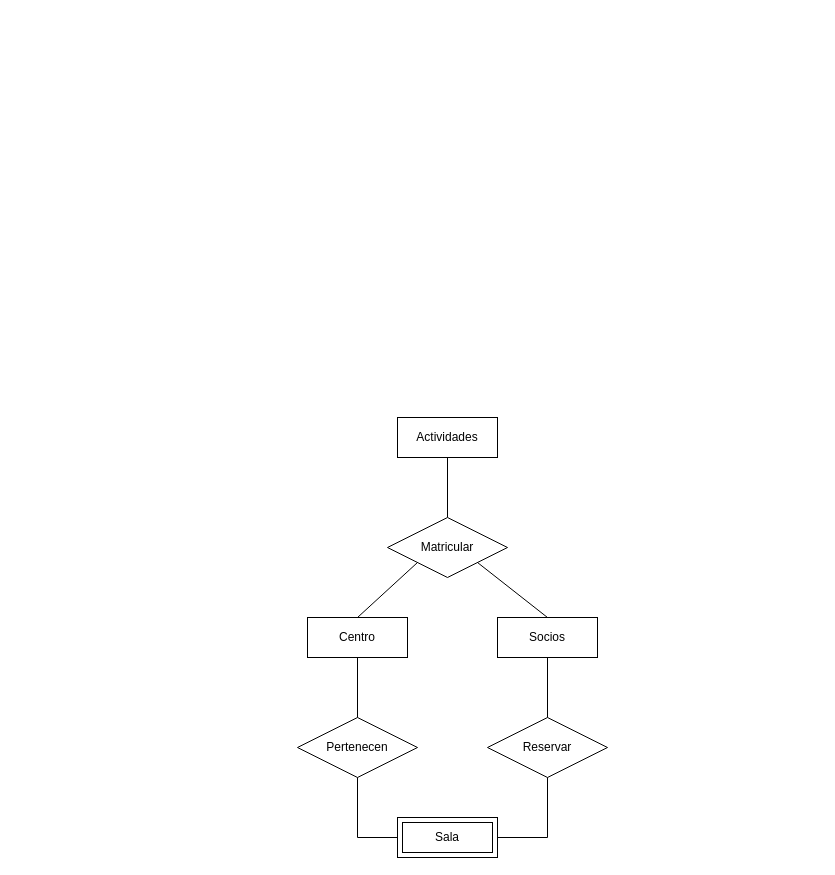
The draw.io diagram diagrama.drawio in Guzmansrz/lenguajeDeMarcas, before the edit. Source tidied: cells renumbered, new cells numbered last; positions are measured from the earlier drawing's top-left corner, leaving out a move shared by most shapes. Both pictures are drawn from the tidied source at 100%, with x=0, y=0 at pixel (297, 417).
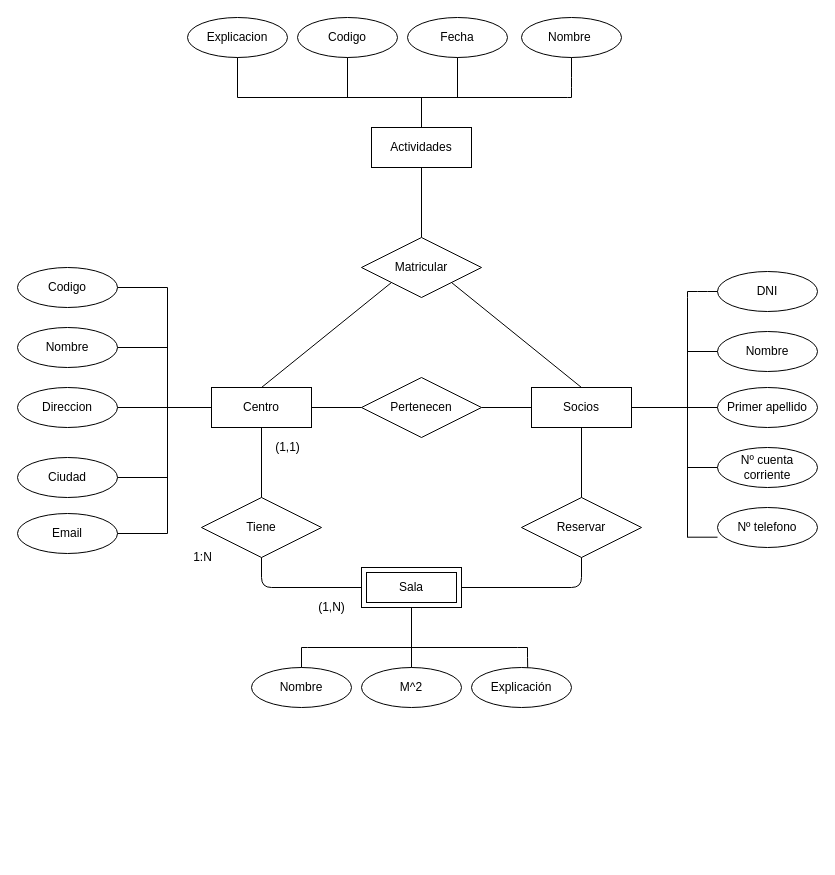
After the change.

Diff of the diagram source:
```diff
@@
     <mxCell id="2" value="Actividades" style="whiteSpace=wrap;html=1;align=center;" parent="1" vertex="1">
-      <mxGeometry x="100" width="100" height="40" as="geometry" />
+      <mxGeometry x="74" y="-290" width="100" height="40" as="geometry" />
     </mxCell>
-    <mxCell id="3" style="endArrow=none;html=1;rounded=0;entryX=0.5;entryY=1;entryDx=0;entryDy=0;exitX=0.5;exitY=0;exitDx=0;exitDy=0;" parent="1" edge="1" source="8" target="2">
+    <mxCell id="3" style="endArrow=none;html=1;entryX=0.5;entryY=1;entryDx=0;entryDy=0;exitX=0.5;exitY=0;exitDx=0;exitDy=0;" parent="1" edge="1" source="8" target="2">
       <mxGeometry relative="1" as="geometry" />
     </mxCell>
     <mxCell id="4" value="Centro" style="whiteSpace=wrap;html=1;align=center;" parent="1" vertex="1">
-      <mxGeometry x="10" y="200" width="100" height="40" as="geometry" />
+      <mxGeometry x="-86" y="-30" width="100" height="40" as="geometry" />
     </mxCell>
-    <mxCell id="5" style="endArrow=none;html=1;rounded=0;entryX=0;entryY=1;entryDx=0;entryDy=0;exitX=0.5;exitY=0;exitDx=0;exitDy=0;startArrow=none;startFill=0;" parent="1" edge="1" source="4" target="8">
+    <mxCell id="5" style="endArrow=none;html=1;entryX=0;entryY=1;entryDx=0;entryDy=0;exitX=0.5;exitY=0;exitDx=0;exitDy=0;startArrow=none;startFill=0;" parent="1" edge="1" source="4" target="8">
       <mxGeometry relative="1" as="geometry" />
     </mxCell>
     <mxCell id="6" value="Socios" style="whiteSpace=wrap;html=1;align=center;" parent="1" vertex="1">
-      <mxGeometry x="200" y="200" width="100" height="40" as="geometry" />
+      <mxGeometry x="234" y="-30" width="100" height="40" as="geometry" />
     </mxCell>
-    <mxCell id="7" style="endArrow=none;html=1;rounded=0;entryX=0.5;entryY=0;entryDx=0;entryDy=0;exitX=1;exitY=1;exitDx=0;exitDy=0;" parent="1" edge="1" source="8" target="6">
+    <mxCell id="7" style="endArrow=none;html=1;entryX=0.5;entryY=0;entryDx=0;entryDy=0;exitX=1;exitY=1;exitDx=0;exitDy=0;" parent="1" edge="1" source="8" target="6">
       <mxGeometry relative="1" as="geometry" />
     </mxCell>
     <mxCell id="8" value="Matricular" style="shape=rhombus;perimeter=rhombusPerimeter;whiteSpace=wrap;html=1;align=center;" parent="1" vertex="1">
-      <mxGeometry x="90" y="100" width="120" height="60" as="geometry" />
+      <mxGeometry x="64" y="-180" width="120" height="60" as="geometry" />
     </mxCell>
-    <mxCell id="9" value="Pertenecen" style="shape=rhombus;perimeter=rhombusPerimeter;whiteSpace=wrap;html=1;align=center;" parent="1" vertex="1">
-      <mxGeometry y="300" width="120" height="60" as="geometry" />
+    <mxCell id="9" value="Tiene" style="shape=rhombus;perimeter=rhombusPerimeter;whiteSpace=wrap;html=1;align=center;" parent="1" vertex="1">
+      <mxGeometry x="-96" y="80" width="120" height="60" as="geometry" />
     </mxCell>
-    <mxCell id="10" style="endArrow=none;html=1;rounded=0;entryX=0.5;entryY=1;entryDx=0;entryDy=0;exitX=0.5;exitY=0;exitDx=0;exitDy=0;" parent="1" edge="1" source="9" target="4">
+    <mxCell id="10" style="endArrow=none;html=1;entryX=0.5;entryY=1;entryDx=0;entryDy=0;exitX=0.5;exitY=0;exitDx=0;exitDy=0;" parent="1" edge="1" source="9" target="4">
       <mxGeometry relative="1" as="geometry" />
     </mxCell>
-    <mxCell id="11" style="endArrow=none;html=1;rounded=0;entryX=0.5;entryY=1;entryDx=0;entryDy=0;exitX=0;exitY=0.5;exitDx=0;exitDy=0;" parent="1" edge="1" source="12" target="9">
-      <mxGeometry relative="1" as="geometry">
-        <Array as="points">
-          <mxPoint x="60" y="420" />
-        </Array>
-      </mxGeometry>
-    </mxCell>
     <mxCell id="12" value="Sala" style="shape=ext;margin=3;double=1;whiteSpace=wrap;html=1;align=center;" parent="1" vertex="1">
-      <mxGeometry x="100" y="400" width="100" height="40" as="geometry" />
+      <mxGeometry x="64" y="150" width="100" height="40" as="geometry" />
     </mxCell>
     <mxCell id="13" value="Reservar" style="shape=rhombus;perimeter=rhombusPerimeter;whiteSpace=wrap;html=1;align=center;" parent="1" vertex="1">
-      <mxGeometry x="190" y="300" width="120" height="60" as="geometry" />
+      <mxGeometry x="224" y="80" width="120" height="60" as="geometry" />
     </mxCell>
+    <mxCell id="15" style="endArrow=none;html=1;entryX=0.5;entryY=1;entryDx=0;entryDy=0;exitX=0.5;exitY=0;exitDx=0;exitDy=0;" parent="1" edge="1" source="13" target="6">
+      <mxGeometry relative="1" as="geometry" />
+    </mxCell>
+    <mxCell id="16" style="edgeStyle=orthogonalEdgeStyle;jettySize=auto;html=1;entryX=0;entryY=0.5;entryDx=0;entryDy=0;startArrow=none;startFill=0;endArrow=none;endFill=0;" parent="1" edge="1" source="18" target="6">
+      <mxGeometry relative="1" as="geometry" />
+    </mxCell>
+    <mxCell id="17" style="edgeStyle=orthogonalEdgeStyle;jettySize=auto;html=1;entryX=1;entryY=0.5;entryDx=0;entryDy=0;startArrow=none;startFill=0;endArrow=none;endFill=0;" parent="1" edge="1" source="18" target="4">
+      <mxGeometry relative="1" as="geometry" />
+    </mxCell>
+    <mxCell id="18" value="Pertenecen" style="shape=rhombus;perimeter=rhombusPerimeter;whiteSpace=wrap;html=1;align=center;" parent="1" vertex="1">
+      <mxGeometry x="64" y="-40" width="120" height="60" as="geometry" />
+    </mxCell>
+    <mxCell id="19" style="endArrow=none;html=1;exitX=0.5;exitY=1;exitDx=0;exitDy=0;entryX=0;entryY=0.5;entryDx=0;entryDy=0;" parent="1" edge="1" source="9" target="12">
+      <mxGeometry relative="1" as="geometry">
+        <Array as="points">
+          <mxPoint x="-36" y="170" />
+        </Array>
+      </mxGeometry>
+    </mxCell>
-    <mxCell id="14" style="endArrow=none;html=1;rounded=0;entryX=0.5;entryY=1;entryDx=0;entryDy=0;exitX=1;exitY=0.5;exitDx=0;exitDy=0;" parent="1" edge="1" source="12" target="13">
+    <mxCell id="14" style="endArrow=none;html=1;entryX=0.5;entryY=1;entryDx=0;entryDy=0;exitX=1;exitY=0.5;exitDx=0;exitDy=0;" parent="1" edge="1" source="12" target="13">
       <mxGeometry relative="1" as="geometry">
         <Array as="points">
-          <mxPoint x="250" y="420" />
+          <mxPoint x="284" y="170" />
         </Array>
       </mxGeometry>
     </mxCell>
-    <mxCell id="15" style="endArrow=none;html=1;rounded=0;entryX=0.5;entryY=1;entryDx=0;entryDy=0;exitX=0.5;exitY=0;exitDx=0;exitDy=0;" parent="1" edge="1" source="13" target="6">
-      <mxGeometry relative="1" as="geometry" />
-    </mxCell>
+    <mxCell id="20" value="Nombre&amp;nbsp;" style="ellipse;whiteSpace=wrap;html=1;align=center;" parent="1" vertex="1">
+      <mxGeometry x="224" y="-400" width="100" height="40" as="geometry" />
+    </mxCell>
+    <mxCell id="21" value="Explicacion" style="ellipse;whiteSpace=wrap;html=1;align=center;" parent="1" vertex="1">
+      <mxGeometry x="-110" y="-400" width="100" height="40" as="geometry" />
+    </mxCell>
+    <mxCell id="22" value="Fecha" style="ellipse;whiteSpace=wrap;html=1;align=center;" parent="1" vertex="1">
+      <mxGeometry x="110" y="-400" width="100" height="40" as="geometry" />
+    </mxCell>
+    <mxCell id="23" value="Nombre" style="ellipse;whiteSpace=wrap;html=1;align=center;" parent="1" vertex="1">
+      <mxGeometry x="-280" y="-90" width="100" height="40" as="geometry" />
+    </mxCell>
+    <mxCell id="24" value="Direccion" style="ellipse;whiteSpace=wrap;html=1;align=center;" parent="1" vertex="1">
+      <mxGeometry x="-280" y="-30" width="100" height="40" as="geometry" />
+    </mxCell>
+    <mxCell id="25" value="Ciudad" style="ellipse;whiteSpace=wrap;html=1;align=center;" parent="1" vertex="1">
+      <mxGeometry x="-280" y="40" width="100" height="40" as="geometry" />
+    </mxCell>
+    <mxCell id="26" value="Codigo" style="ellipse;whiteSpace=wrap;html=1;align=center;" parent="1" vertex="1">
+      <mxGeometry y="-400" width="100" height="40" as="geometry" />
+    </mxCell>
+    <mxCell id="27" value="Codigo" style="ellipse;whiteSpace=wrap;html=1;align=center;" parent="1" vertex="1">
+      <mxGeometry x="-280" y="-150" width="100" height="40" as="geometry" />
+    </mxCell>
+    <mxCell id="28" value="Email" style="ellipse;whiteSpace=wrap;html=1;align=center;" parent="1" vertex="1">
+      <mxGeometry x="-280" y="96" width="100" height="40" as="geometry" />
+    </mxCell>
+    <mxCell id="29" style="endArrow=none;html=1;rounded=0;exitX=1;exitY=0.5;exitDx=0;exitDy=0;" parent="1" edge="1" source="23">
+      <mxGeometry relative="1" as="geometry">
+        <mxPoint x="-130" y="-70" as="targetPoint" />
+      </mxGeometry>
+    </mxCell>
+    <mxCell id="30" style="endArrow=none;html=1;rounded=0;exitX=1;exitY=0.5;exitDx=0;exitDy=0;entryX=0;entryY=0.5;entryDx=0;entryDy=0;" parent="1" edge="1" source="24" target="4">
+      <mxGeometry relative="1" as="geometry" />
+    </mxCell>
+    <mxCell id="31" style="endArrow=none;html=1;rounded=0;exitX=1;exitY=0.5;exitDx=0;exitDy=0;" parent="1" edge="1" source="25">
+      <mxGeometry relative="1" as="geometry">
+        <mxPoint x="-130" y="-10" as="targetPoint" />
+        <Array as="points">
+          <mxPoint x="-130" y="60" />
+        </Array>
+      </mxGeometry>
+    </mxCell>
+    <mxCell id="32" style="endArrow=none;html=1;rounded=0;exitX=1;exitY=0.5;exitDx=0;exitDy=0;" parent="1" edge="1" source="28">
+      <mxGeometry relative="1" as="geometry">
+        <mxPoint x="-130" y="-10" as="targetPoint" />
+        <Array as="points">
+          <mxPoint x="-130" y="116" />
+        </Array>
+      </mxGeometry>
+    </mxCell>
+    <mxCell id="33" style="endArrow=none;html=1;rounded=0;exitX=1;exitY=0.5;exitDx=0;exitDy=0;" parent="1" edge="1" source="27">
+      <mxGeometry relative="1" as="geometry">
+        <mxPoint x="-130" y="-10" as="targetPoint" />
+        <Array as="points">
+          <mxPoint x="-130" y="-130" />
+        </Array>
+      </mxGeometry>
+    </mxCell>
+    <mxCell id="34" style="endArrow=none;html=1;rounded=0;entryX=0.5;entryY=0;entryDx=0;entryDy=0;" parent="1" edge="1" target="2">
+      <mxGeometry relative="1" as="geometry">
+        <mxPoint x="124" y="-320" as="sourcePoint" />
+      </mxGeometry>
+    </mxCell>
+    <mxCell id="35" style="endArrow=none;html=1;rounded=0;" parent="1" edge="1">
+      <mxGeometry relative="1" as="geometry">
+        <mxPoint x="-60" y="-320" as="sourcePoint" />
+        <mxPoint x="270" y="-320" as="targetPoint" />
+      </mxGeometry>
+    </mxCell>
+    <mxCell id="36" style="endArrow=none;html=1;rounded=0;entryX=0.5;entryY=1;entryDx=0;entryDy=0;" parent="1" edge="1" target="21">
+      <mxGeometry relative="1" as="geometry">
+        <mxPoint x="-60" y="-320" as="sourcePoint" />
+      </mxGeometry>
+    </mxCell>
+    <mxCell id="37" style="endArrow=none;html=1;rounded=0;entryX=0.5;entryY=1;entryDx=0;entryDy=0;" parent="1" edge="1" target="26">
+      <mxGeometry relative="1" as="geometry">
+        <mxPoint x="50" y="-320" as="sourcePoint" />
+      </mxGeometry>
+    </mxCell>
+    <mxCell id="38" style="endArrow=none;html=1;rounded=0;entryX=0.5;entryY=1;entryDx=0;entryDy=0;" parent="1" edge="1" target="20">
+      <mxGeometry relative="1" as="geometry">
+        <mxPoint x="270" y="-320" as="sourcePoint" />
+        <Array as="points">
+          <mxPoint x="274" y="-320" />
+          <mxPoint x="274" y="-330" />
+          <mxPoint x="274" y="-340" />
+        </Array>
+      </mxGeometry>
+    </mxCell>
+    <mxCell id="39" style="endArrow=none;html=1;rounded=0;entryX=0.5;entryY=1;entryDx=0;entryDy=0;" parent="1" edge="1" target="22">
+      <mxGeometry relative="1" as="geometry">
+        <mxPoint x="160" y="-320" as="sourcePoint" />
+      </mxGeometry>
+    </mxCell>
+    <mxCell id="40" value="(1,N)" style="text;html=1;align=center;verticalAlign=middle;strokeColor=none;" parent="1" vertex="1">
+      <mxGeometry x="14" y="180" width="40" height="20" as="geometry" />
+    </mxCell>
+    <mxCell id="41" value="(1,1)" style="text;html=1;align=center;verticalAlign=middle;strokeColor=none;" parent="1" vertex="1">
+      <mxGeometry x="-30" y="20" width="40" height="20" as="geometry" />
+    </mxCell>
+    <mxCell id="42" value="1:N" style="text;html=1;align=center;verticalAlign=middle;strokeColor=none;" parent="1" vertex="1">
+      <mxGeometry x="-110" y="130" width="30" height="20" as="geometry" />
+    </mxCell>
+    <mxCell id="43" value="Nombre" style="ellipse;whiteSpace=wrap;html=1;align=center;direction=east;" parent="1" vertex="1">
+      <mxGeometry x="420" y="-86" width="100" height="40" as="geometry" />
+    </mxCell>
+    <mxCell id="44" value="Primer apellido" style="ellipse;whiteSpace=wrap;html=1;align=center;direction=east;" parent="1" vertex="1">
+      <mxGeometry x="420" y="-30" width="100" height="40" as="geometry" />
+    </mxCell>
+    <mxCell id="45" value="Nº cuenta corriente" style="ellipse;whiteSpace=wrap;html=1;align=center;direction=east;" parent="1" vertex="1">
+      <mxGeometry x="420" y="30" width="100" height="40" as="geometry" />
+    </mxCell>
+    <mxCell id="46" value="DNI" style="ellipse;whiteSpace=wrap;html=1;align=center;direction=east;" parent="1" vertex="1">
+      <mxGeometry x="420" y="-146" width="100" height="40" as="geometry" />
+    </mxCell>
+    <mxCell id="47" value="Nº telefono" style="ellipse;whiteSpace=wrap;html=1;align=center;direction=east;" parent="1" vertex="1">
+      <mxGeometry x="420" y="90" width="100" height="40" as="geometry" />
+    </mxCell>
+    <mxCell id="48" style="endArrow=none;html=1;rounded=0;" parent="1" edge="1">
+      <mxGeometry relative="1" as="geometry">
+        <mxPoint x="390" y="-120" as="sourcePoint" />
+        <mxPoint x="390" y="120" as="targetPoint" />
+      </mxGeometry>
+    </mxCell>
+    <mxCell id="49" style="endArrow=none;html=1;rounded=0;entryX=0;entryY=0.5;entryDx=0;entryDy=0;" parent="1" edge="1" target="46">
+      <mxGeometry relative="1" as="geometry">
+        <mxPoint x="390" y="-120" as="sourcePoint" />
+        <Array as="points">
+          <mxPoint x="390" y="-126" />
+          <mxPoint x="400" y="-126" />
+          <mxPoint x="410" y="-126" />
+        </Array>
+      </mxGeometry>
+    </mxCell>
+    <mxCell id="50" style="endArrow=none;html=1;rounded=0;entryX=0;entryY=0.5;entryDx=0;entryDy=0;" parent="1" edge="1" target="43">
+      <mxGeometry relative="1" as="geometry">
+        <mxPoint x="390" y="-66" as="sourcePoint" />
+      </mxGeometry>
+    </mxCell>
+    <mxCell id="51" style="endArrow=none;html=1;rounded=0;entryX=0;entryY=0.5;entryDx=0;entryDy=0;" parent="1" edge="1" target="44">
+      <mxGeometry relative="1" as="geometry">
+        <mxPoint x="390" y="-10" as="sourcePoint" />
+      </mxGeometry>
+    </mxCell>
+    <mxCell id="52" style="endArrow=none;html=1;rounded=0;entryX=0;entryY=0.5;entryDx=0;entryDy=0;" parent="1" edge="1" target="45">
+      <mxGeometry relative="1" as="geometry">
+        <mxPoint x="390" y="50" as="sourcePoint" />
+      </mxGeometry>
+    </mxCell>
+    <mxCell id="53" style="endArrow=none;html=1;rounded=0;entryX=0;entryY=0.5;entryDx=0;entryDy=0;" parent="1" edge="1">
+      <mxGeometry relative="1" as="geometry">
+        <mxPoint x="390" y="119.7" as="sourcePoint" />
+        <mxPoint x="420" y="119.7" as="targetPoint" />
+      </mxGeometry>
+    </mxCell>
+    <mxCell id="54" style="endArrow=none;html=1;rounded=0;entryX=1;entryY=0.5;entryDx=0;entryDy=0;" parent="1" edge="1" target="6">
+      <mxGeometry relative="1" as="geometry">
+        <mxPoint x="390" y="-10" as="sourcePoint" />
+      </mxGeometry>
+    </mxCell>
+    <mxCell id="55" value="Nombre" style="ellipse;whiteSpace=wrap;html=1;align=center;" parent="1" vertex="1">
+      <mxGeometry x="-46" y="250" width="100" height="40" as="geometry" />
+    </mxCell>
+    <mxCell id="56" value="M^2" style="ellipse;whiteSpace=wrap;html=1;align=center;" parent="1" vertex="1">
+      <mxGeometry x="64" y="250" width="100" height="40" as="geometry" />
+    </mxCell>
+    <mxCell id="57" value="Explicación" style="ellipse;whiteSpace=wrap;html=1;align=center;" parent="1" vertex="1">
+      <mxGeometry x="174" y="250" width="100" height="40" as="geometry" />
+    </mxCell>
+    <mxCell id="58" style="endArrow=none;html=1;rounded=0;entryX=0.5;entryY=1;entryDx=0;entryDy=0;" parent="1" edge="1" target="12">
+      <mxGeometry relative="1" as="geometry">
+        <mxPoint x="114" y="230" as="sourcePoint" />
+      </mxGeometry>
+    </mxCell>
+    <mxCell id="59" style="endArrow=none;html=1;rounded=0;" parent="1" edge="1">
+      <mxGeometry relative="1" as="geometry">
+        <mxPoint x="10" y="230" as="sourcePoint" />
+        <mxPoint x="220" y="230" as="targetPoint" />
+      </mxGeometry>
+    </mxCell>
+    <mxCell id="60" style="endArrow=none;html=1;rounded=0;exitX=0.5;exitY=0;exitDx=0;exitDy=0;" parent="1" edge="1" source="55">
+      <mxGeometry relative="1" as="geometry">
+        <mxPoint x="10" y="230" as="targetPoint" />
+        <Array as="points">
+          <mxPoint x="4" y="230" />
+        </Array>
+      </mxGeometry>
+    </mxCell>
+    <mxCell id="61" style="endArrow=none;html=1;rounded=0;exitX=0.5;exitY=0;exitDx=0;exitDy=0;" parent="1" edge="1" source="56">
+      <mxGeometry relative="1" as="geometry">
+        <mxPoint x="114" y="230" as="targetPoint" />
+      </mxGeometry>
+    </mxCell>
+    <mxCell id="62" style="endArrow=none;html=1;rounded=0;exitX=0.562;exitY=0.003;exitDx=0;exitDy=0;exitPerimeter=0;" parent="1" edge="1" source="57">
+      <mxGeometry relative="1" as="geometry">
+        <mxPoint x="220" y="230" as="targetPoint" />
+        <Array as="points">
+          <mxPoint x="230" y="240" />
+          <mxPoint x="230" y="230" />
+        </Array>
+      </mxGeometry>
+    </mxCell>
```
